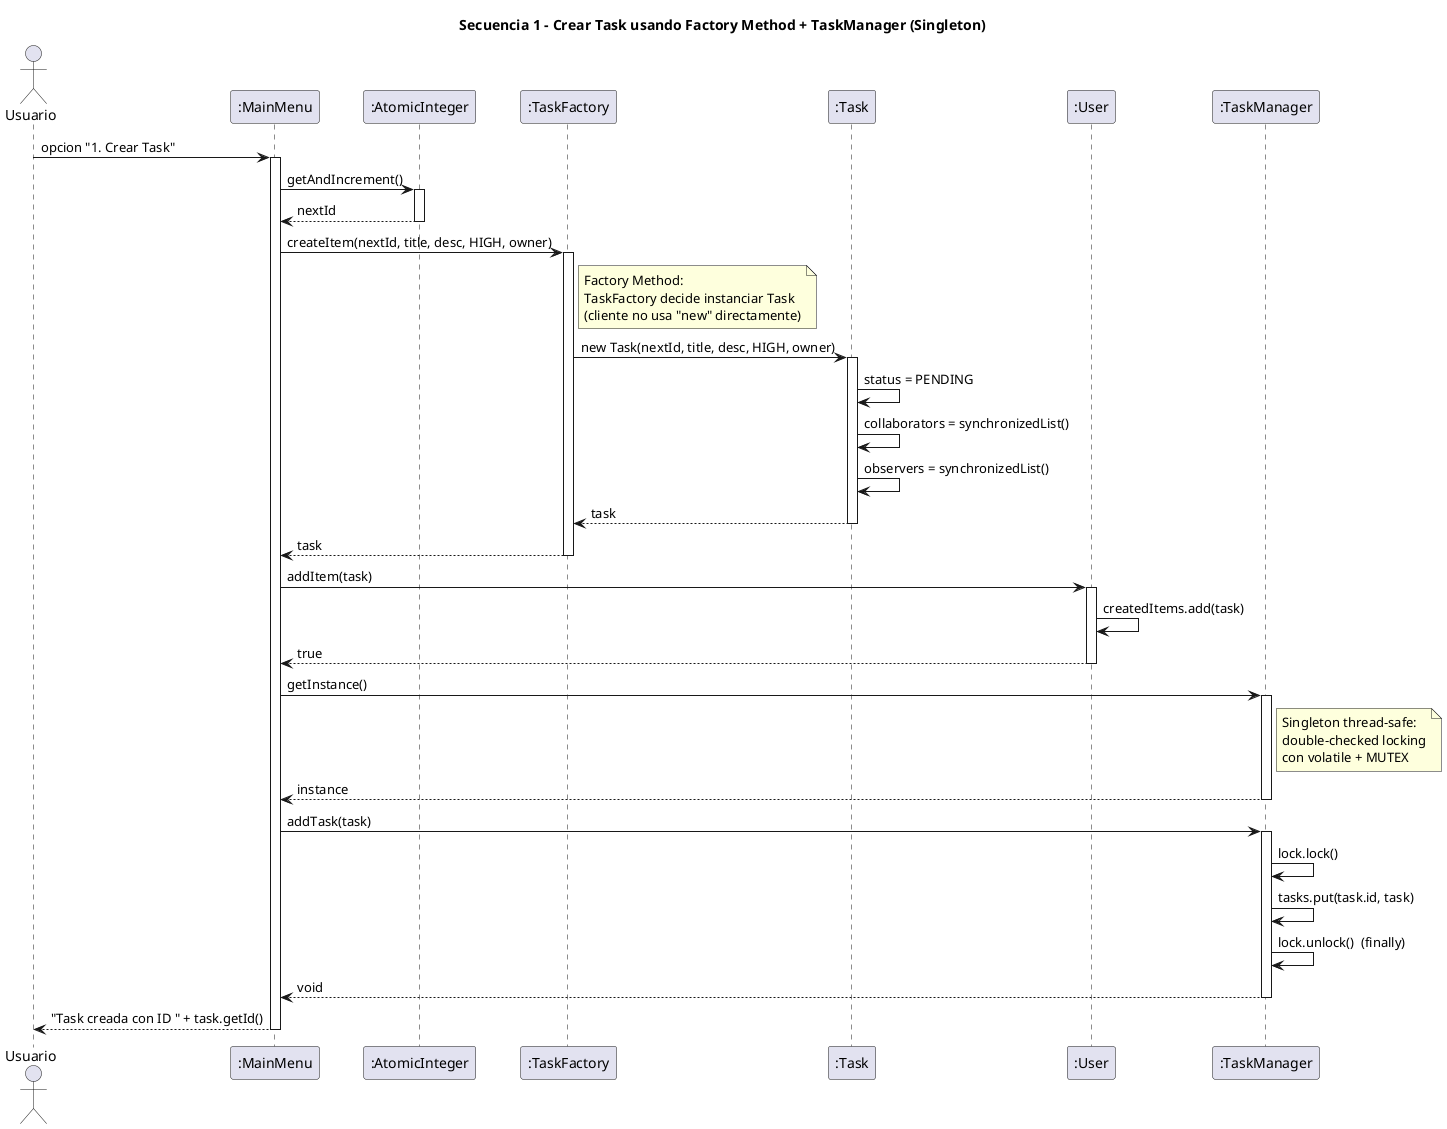
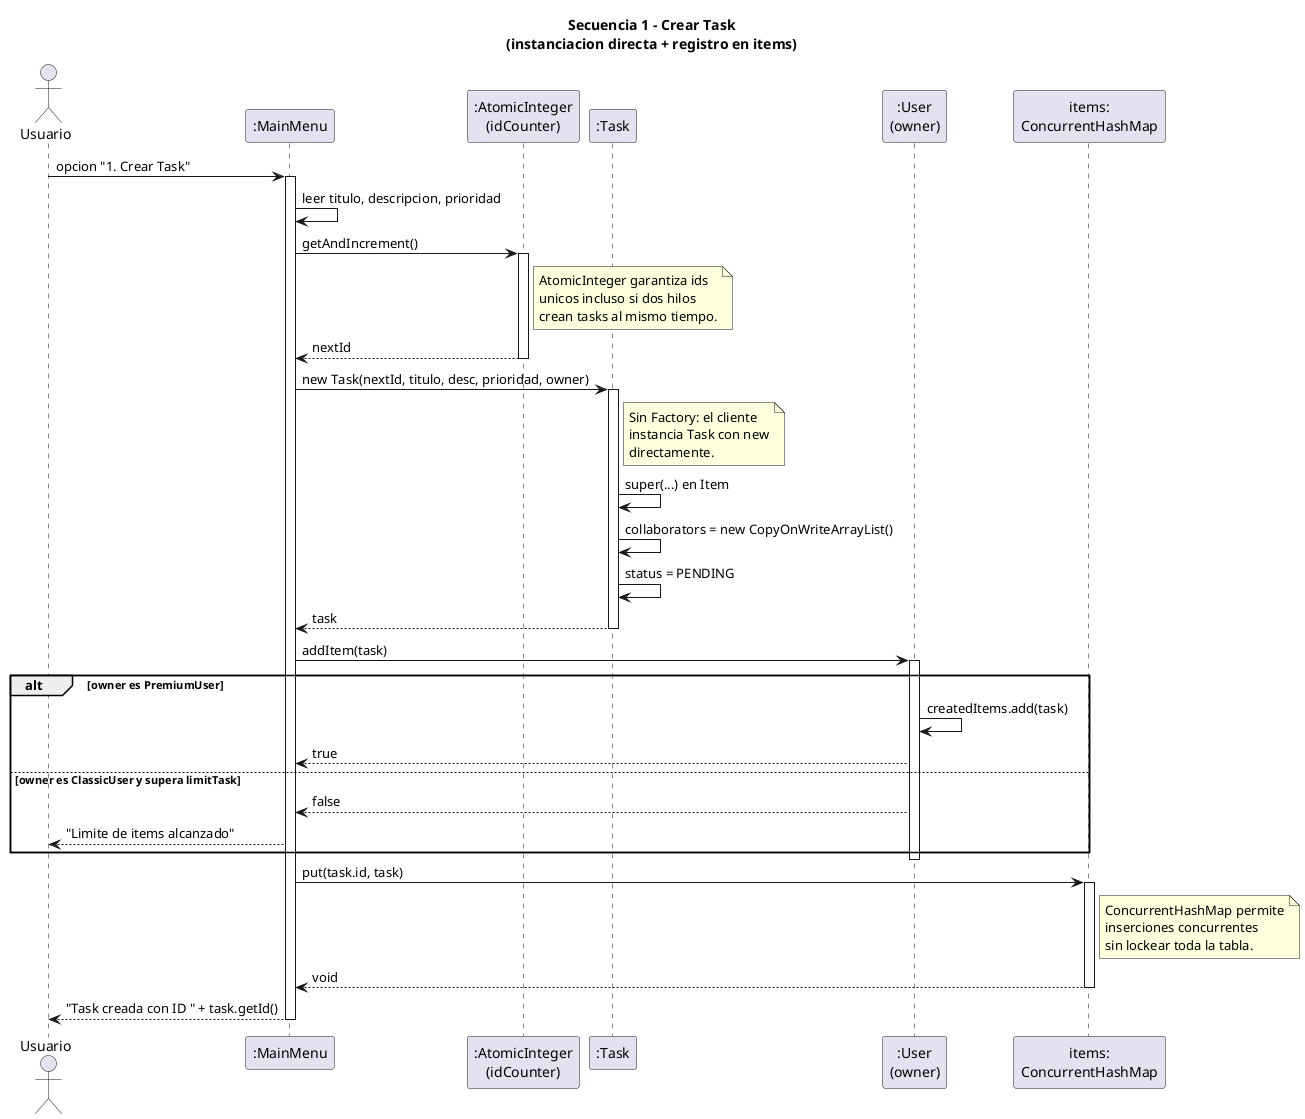
@startuml SecuenciaCrearTask
- title Secuencia 1 - Crear Task usando Factory Method + TaskManager (Singleton)
+ title Secuencia 1 - Crear Task\n(instanciacion directa + registro en items)

actor Usuario as U
participant ":MainMenu" as menu
- participant ":AtomicInteger" as ids
- participant ":TaskFactory" as factory
+ participant ":AtomicInteger\n(idCounter)" as ids
participant ":Task" as task
- participant ":User" as user
- participant ":TaskManager" as manager
+ participant ":User\n(owner)" as user
+ participant "items:\nConcurrentHashMap" as map

U -> menu : opcion "1. Crear Task"
activate menu

+ menu -> menu : leer titulo, descripcion, prioridad
+ 
menu -> ids : getAndIncrement()
activate ids
+ note right of ids
+   AtomicInteger garantiza ids
+   unicos incluso si dos hilos
+   crean tasks al mismo tiempo.
+ end note
ids --> menu : nextId
deactivate ids

- menu -> factory : createItem(nextId, title, desc, HIGH, owner)
- activate factory
- note right of factory
-   Factory Method:
-   TaskFactory decide instanciar Task
-   (cliente no usa "new" directamente)
+ menu -> task : new Task(nextId, titulo, desc, prioridad, owner)
+ activate task
+ note right of task
+   Sin Factory: el cliente
+   instancia Task con new
+   directamente.
end note
- 
- factory -> task : new Task(nextId, title, desc, HIGH, owner)
- activate task
+ task -> task : super(...) en Item
+ task -> task : collaborators = new CopyOnWriteArrayList()
task -> task : status = PENDING
- task -> task : collaborators = synchronizedList()
- task -> task : observers = synchronizedList()
- task --> factory : task
+ task --> menu : task
deactivate task
- 
- factory --> menu : task
- deactivate factory

menu -> user : addItem(task)
activate user
- user -> user : createdItems.add(task)
- user --> menu : true
+ alt owner es PremiumUser
+   user -> user : createdItems.add(task)
+   user --> menu : true
+ else owner es ClassicUser y supera limitTask
+   user --> menu : false
+   menu --> U : "Limite de items alcanzado"
+ end
deactivate user

- menu -> manager : getInstance()
- activate manager
- note right of manager
-   Singleton thread-safe:
-   double-checked locking
-   con volatile + MUTEX
+ menu -> map : put(task.id, task)
+ activate map
+ note right of map
+   ConcurrentHashMap permite
+   inserciones concurrentes
+   sin lockear toda la tabla.
end note
- manager --> menu : instance
- deactivate manager
- 
- menu -> manager : addTask(task)
- activate manager
- manager -> manager : lock.lock()
- manager -> manager : tasks.put(task.id, task)
- manager -> manager : lock.unlock()  (finally)
- manager --> menu : void
- deactivate manager
+ map --> menu : void
+ deactivate map

menu --> U : "Task creada con ID " + task.getId()
deactivate menu

@enduml
